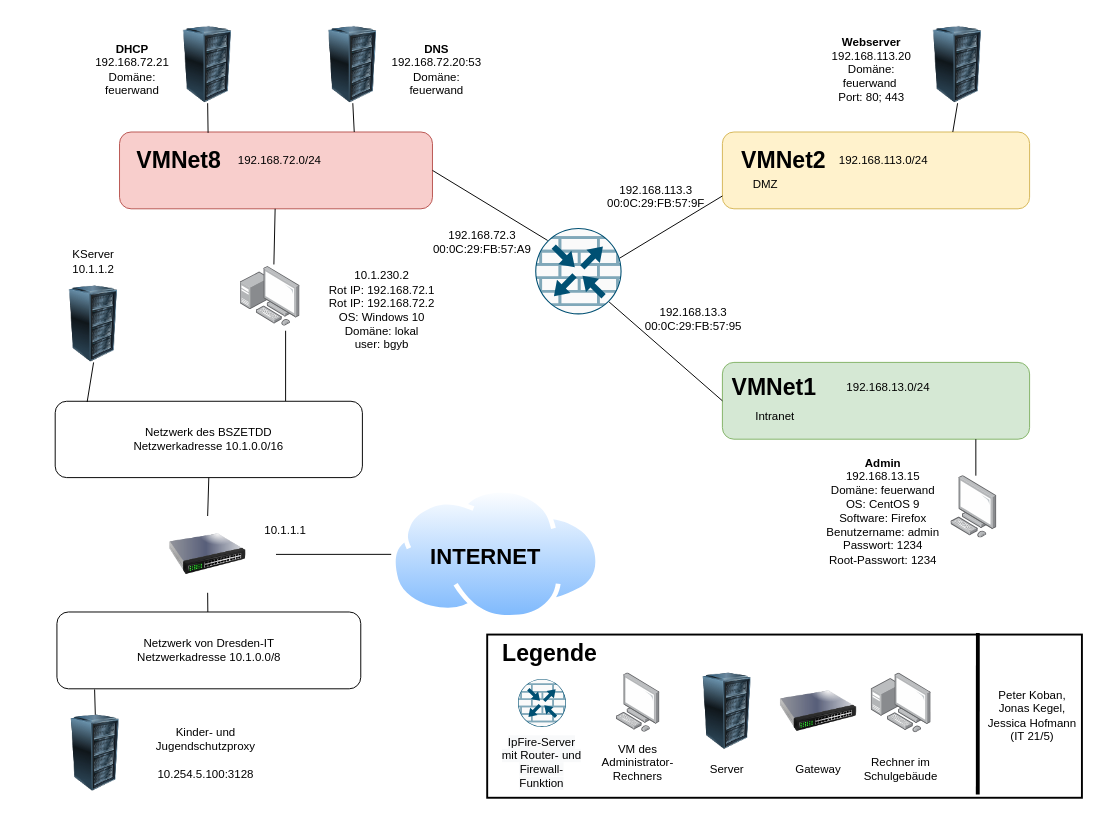
This is Netzwerkplan.drawio from peterLERNSAX/lf9-feuerwand, a draw.io file, before an edit. Source tidied: cells renumbered, new cells numbered last; positions are measured from the earlier drawing's top-left corner, leaving out a move shared by most shapes. Both pictures are drawn from the tidied source at 96%, with x=0, y=0 at pixel (55, 16).
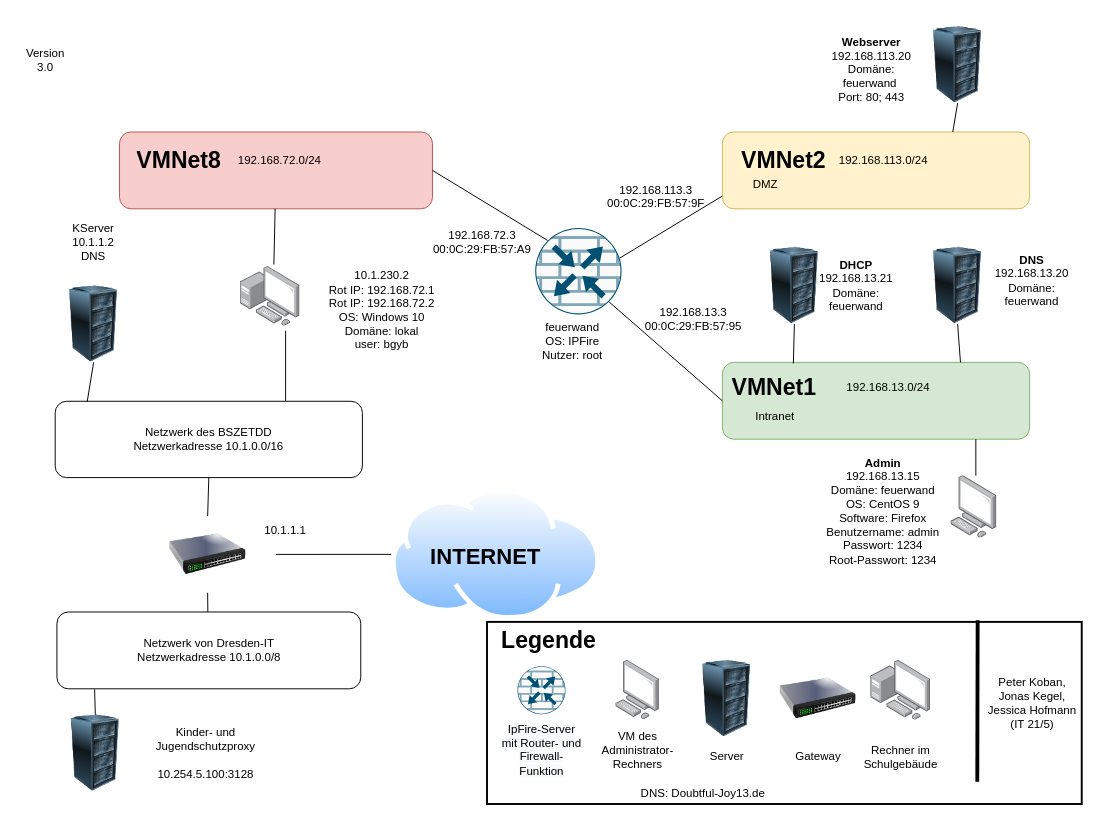
The same diagram, later.

Unchanged cells that the change refers to:
```xml
<mxCell id="6" style="rounded=1;whiteSpace=wrap;html=1;fillColor=#d5e8d4;strokeColor=#82b366;" parent="1" vertex="1">
  <mxGeometry x="695" y="360" width="320" height="80" as="geometry" />
</mxCell>
<mxCell id="7" style="rounded=1;whiteSpace=wrap;html=1;fillColor=#f8cecc;strokeColor=#b85450;" parent="1" vertex="1">
  <mxGeometry x="67" y="120" width="326" height="80" as="geometry" />
</mxCell>
```

Diff of the diagram source:
```diff
@@
     <mxCell id="28" style="image;html=1;image=img/lib/clip_art/computers/Server_Rack_128x128.png;" parent="1" vertex="1">
-      <mxGeometry x="270" y="10" width="80" height="80" as="geometry" />
+      <mxGeometry x="900" y="240" width="80" height="80" as="geometry" />
     </mxCell>
-    <mxCell id="29" value="&lt;b&gt;DNS&lt;/b&gt;&lt;br&gt;192.168.72.20:53&lt;br&gt;Domäne: feuerwand" style="text;html=1;strokeColor=none;fillColor=none;align=center;verticalAlign=middle;whiteSpace=wrap;rounded=0;" parent="1" vertex="1">
-      <mxGeometry x="345" y="20" width="105" height="70" as="geometry" />
+    <mxCell id="29" value="&lt;b&gt;DNS&lt;/b&gt;&lt;br&gt;&lt;div&gt;192.168.13.20&lt;/div&gt;Domäne: feuerwand" style="text;html=1;strokeColor=none;fillColor=none;align=center;verticalAlign=middle;whiteSpace=wrap;rounded=0;" parent="1" vertex="1">
+      <mxGeometry x="964.5" y="240" width="105" height="70" as="geometry" />
     </mxCell>
     <mxCell id="30" style="image;html=1;image=img/lib/clip_art/computers/Server_Rack_128x128.png;" parent="1" vertex="1">
-      <mxGeometry x="118.8" y="10" width="80" height="80" as="geometry" />
+      <mxGeometry x="730" y="240" width="80" height="80" as="geometry" />
     </mxCell>
-    <mxCell id="31" value="&lt;b&gt;DHCP&lt;/b&gt;&lt;br&gt;192.168.72.21&lt;br&gt;Domäne:&lt;br&gt;feuerwand" style="text;html=1;strokeColor=none;fillColor=none;align=center;verticalAlign=middle;whiteSpace=wrap;rounded=0;" parent="1" vertex="1">
-      <mxGeometry x="44" y="25" width="73" height="60" as="geometry" />
+    <mxCell id="31" value="&lt;b&gt;DHCP&lt;/b&gt;&lt;br&gt;192.168.13.21&lt;br&gt;Domäne:&lt;br&gt;feuerwand" style="text;html=1;strokeColor=none;fillColor=none;align=center;verticalAlign=middle;whiteSpace=wrap;rounded=0;" parent="1" vertex="1">
+      <mxGeometry x="798" y="250" width="73" height="60" as="geometry" />
     </mxCell>
@@
-    <mxCell id="38" value="&lt;div&gt;KServer&lt;/div&gt;10.1.1.2" style="text;html=1;strokeColor=none;fillColor=none;align=center;verticalAlign=middle;whiteSpace=wrap;rounded=0;" parent="1" vertex="1">
-      <mxGeometry x="10" y="240" width="60" height="30" as="geometry" />
+    <mxCell id="38" value="&lt;div&gt;KServer&lt;/div&gt;&lt;div&gt;10.1.1.2&lt;/div&gt;&lt;div&gt;DNS&lt;br&gt;&lt;/div&gt;" style="text;html=1;strokeColor=none;fillColor=none;align=center;verticalAlign=middle;whiteSpace=wrap;rounded=0;" parent="1" vertex="1">
+      <mxGeometry x="10" y="200" width="60" height="70" as="geometry" />
     </mxCell>
@@
     <mxCell id="48" style="rounded=0;whiteSpace=wrap;html=1;fillColor=none;strokeWidth=2;" parent="1" vertex="1">
-      <mxGeometry x="450" y="643.5" width="619.5" height="170" as="geometry" />
+      <mxGeometry x="449.8" y="630.3" width="619.5" height="189.7" as="geometry" />
     </mxCell>
     <mxCell id="49" value="&lt;h1&gt;Legende&lt;/h1&gt;" style="text;html=1;strokeColor=none;fillColor=none;spacing=5;spacingTop=-20;whiteSpace=wrap;overflow=hidden;rounded=0;strokeWidth=2;" parent="1" vertex="1">
-      <mxGeometry x="460.8" y="643.5" width="120" height="40" as="geometry" />
+      <mxGeometry x="460.2" y="630.3" width="120" height="40" as="geometry" />
     </mxCell>
     <mxCell id="50" style="sketch=0;verticalLabelPosition=bottom;html=1;verticalAlign=top;align=center;shape=mxgraph.cisco19.rect;prIcon=router_with_firewall;fillColor=#FAFAFA;strokeColor=#005073;" parent="1" vertex="1">
-      <mxGeometry x="482.1" y="689.7" width="50" height="50" as="geometry" />
+      <mxGeometry x="481.6" y="676.5" width="50" height="50" as="geometry" />
     </mxCell>
     <mxCell id="51" style="html=1;align=center;shadow=0;dashed=0;image;image=img/lib/allied_telesis/computer_and_terminals/Personal_Computer.svg;" parent="1" vertex="1">
-      <mxGeometry x="584.4" y="683.5" width="45.6" height="61.8" as="geometry" />
+      <mxGeometry x="583.9" y="670.3" width="45.6" height="61.8" as="geometry" />
     </mxCell>
     <mxCell id="52" style="image;html=1;image=img/lib/clip_art/computers/Server_Rack_128x128.png;" parent="1" vertex="1">
-      <mxGeometry x="660" y="683.5" width="80" height="80" as="geometry" />
+      <mxGeometry x="659.5" y="670.3" width="80" height="80" as="geometry" />
     </mxCell>
     <mxCell id="53" style="image;html=1;image=img/lib/clip_art/networking/Switch_128x128.png;" parent="1" vertex="1">
-      <mxGeometry x="755" y="683.5" width="80" height="80" as="geometry" />
+      <mxGeometry x="754.5" y="670.3" width="80" height="80" as="geometry" />
     </mxCell>
-    <mxCell id="54" style="endArrow=none;html=1;rounded=0;fontSize=12;entryX=0.5;entryY=1;entryDx=0;entryDy=0;exitX=0.75;exitY=0;exitDx=0;exitDy=0;" parent="1" edge="1" source="7" target="28">
+    <mxCell id="54" style="endArrow=none;html=1;rounded=0;fontSize=12;entryX=0.5;entryY=1;entryDx=0;entryDy=0;exitX=0.775;exitY=0;exitDx=0;exitDy=0;exitPerimeter=0;" parent="1" edge="1" source="6" target="28">
       <mxGeometry relative="1" as="geometry" />
     </mxCell>
-    <mxCell id="55" style="endArrow=none;html=1;rounded=0;fontSize=12;entryX=0.5;entryY=1;entryDx=0;entryDy=0;exitX=0.283;exitY=0.011;exitDx=0;exitDy=0;exitPerimeter=0;" parent="1" edge="1" source="7" target="30">
+    <mxCell id="55" style="endArrow=none;html=1;rounded=0;fontSize=12;entryX=0.5;entryY=1;entryDx=0;entryDy=0;exitX=0.231;exitY=0.013;exitDx=0;exitDy=0;exitPerimeter=0;" parent="1" edge="1" source="6" target="30">
       <mxGeometry relative="1" as="geometry" />
     </mxCell>
     <mxCell id="56" value="&#10;&lt;span style=&quot;color: rgb(0, 0, 0); font-family: Helvetica; font-size: 12px; font-style: normal; font-variant-ligatures: normal; font-variant-caps: normal; font-weight: 400; letter-spacing: normal; orphans: 2; text-align: center; text-indent: 0px; text-transform: none; widows: 2; word-spacing: 0px; -webkit-text-stroke-width: 0px; background-color: rgb(248, 249, 250); text-decoration-thickness: initial; text-decoration-style: initial; text-decoration-color: initial; float: none; display: inline !important;&quot;&gt;IpFire-Server mit Router- und Firewall-Funktion&lt;/span&gt;&#10;&#10;" style="text;html=1;strokeColor=none;fillColor=none;align=center;verticalAlign=middle;whiteSpace=wrap;rounded=0;strokeWidth=2;" parent="1" vertex="1">
-      <mxGeometry x="462.1" y="754.4" width="90" height="59.1" as="geometry" />
+      <mxGeometry x="461.6" y="741.2" width="90" height="59.1" as="geometry" />
     </mxCell>
     <mxCell id="57" value="VM des Administrator-Rechners" style="text;html=1;strokeColor=none;fillColor=none;align=center;verticalAlign=middle;whiteSpace=wrap;rounded=0;strokeWidth=2;" parent="1" vertex="1">
-      <mxGeometry x="562.2" y="747.9" width="90" height="59.1" as="geometry" />
+      <mxGeometry x="561.7" y="734.7" width="90" height="59.1" as="geometry" />
     </mxCell>
     <mxCell id="58" style="html=1;align=center;shadow=0;dashed=0;image;image=img/lib/allied_telesis/computer_and_terminals/Personal_Computer_with_Server.svg;" parent="1" vertex="1">
-      <mxGeometry x="850" y="683.5" width="62.4" height="62.4" as="geometry" />
+      <mxGeometry x="849.5" y="670.3" width="62.4" height="62.4" as="geometry" />
     </mxCell>
     <mxCell id="59" value="Server" style="text;html=1;strokeColor=none;fillColor=none;align=center;verticalAlign=middle;whiteSpace=wrap;rounded=0;strokeWidth=2;" parent="1" vertex="1">
-      <mxGeometry x="655" y="754.4" width="90" height="59.1" as="geometry" />
+      <mxGeometry x="654.5" y="741.2" width="90" height="59.1" as="geometry" />
     </mxCell>
     <mxCell id="60" value="Gateway" style="text;html=1;strokeColor=none;fillColor=none;align=center;verticalAlign=middle;whiteSpace=wrap;rounded=0;strokeWidth=2;" parent="1" vertex="1">
-      <mxGeometry x="750" y="754.4" width="90" height="59.1" as="geometry" />
+      <mxGeometry x="749.5" y="741.2" width="90" height="59.1" as="geometry" />
     </mxCell>
     <mxCell id="61" value="Rechner im Schulgebäude" style="text;html=1;strokeColor=none;fillColor=none;align=center;verticalAlign=middle;whiteSpace=wrap;rounded=0;strokeWidth=2;" parent="1" vertex="1">
-      <mxGeometry x="836.2" y="754.4" width="90" height="59.1" as="geometry" />
+      <mxGeometry x="835.7" y="741.2" width="90" height="59.1" as="geometry" />
     </mxCell>
@@
     <mxCell id="63" value="Peter Koban, Jonas Kegel, Jessica Hofmann &lt;br&gt;(IT 21/5)" style="text;html=1;strokeColor=none;fillColor=none;align=center;verticalAlign=middle;whiteSpace=wrap;rounded=0;strokeWidth=2;" parent="1" vertex="1">
-      <mxGeometry x="967.3" y="660.2" width="102.2" height="136.5" as="geometry" />
+      <mxGeometry x="966.8" y="647" width="102.2" height="136.5" as="geometry" />
     </mxCell>
@@
     <mxCell id="65" style="endArrow=none;html=1;rounded=0;strokeColor=default;strokeWidth=4;fontSize=23;entryX=0.825;entryY=-0.009;entryDx=0;entryDy=0;entryPerimeter=0;" parent="1" edge="1" target="48">
       <mxGeometry relative="1" as="geometry">
-        <mxPoint x="961" y="810" as="sourcePoint" />
+        <mxPoint x="960.5" y="796.8" as="sourcePoint" />
       </mxGeometry>
     </mxCell>
+    <mxCell id="66" value="&lt;div&gt;feuerwand&lt;/div&gt;&lt;div&gt;OS: IPFire&lt;/div&gt;&lt;div&gt;Nutzer: root&lt;/div&gt;&lt;div&gt;&lt;br&gt;&lt;/div&gt;" style="text;html=1;strokeColor=none;fillColor=none;align=center;verticalAlign=middle;whiteSpace=wrap;rounded=0;" parent="1" vertex="1">
+      <mxGeometry x="488.3" y="330" width="101.7" height="30" as="geometry" />
+    </mxCell>
+    <mxCell id="67" value="Version 3.0" style="text;html=1;strokeColor=none;fillColor=none;align=center;verticalAlign=middle;whiteSpace=wrap;rounded=0;" parent="1" vertex="1">
+      <mxGeometry x="-40" y="30" width="60" height="30" as="geometry" />
+    </mxCell>
+    <mxCell id="68" value="DNS: Doubtful-Joy13.de" style="text;html=1;strokeColor=none;fillColor=none;align=center;verticalAlign=middle;whiteSpace=wrap;rounded=0;" parent="1" vertex="1">
+      <mxGeometry x="540" y="794" width="270" height="30" as="geometry" />
+    </mxCell>
```
